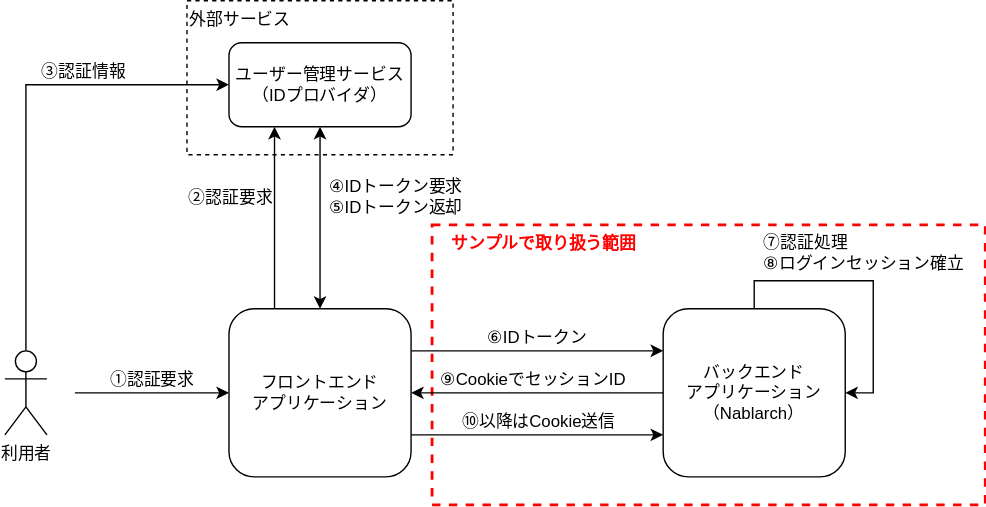
The draw.io diagram ja/examples/12/_images/nablarch-example-oidc-scope.drawio.svg in nablarch/nablarch-document, before a commit. Source tidied: cells renumbered, new cells last; positions are measured from the earlier drawing's top-left corner, leaving out a move shared by most shapes.
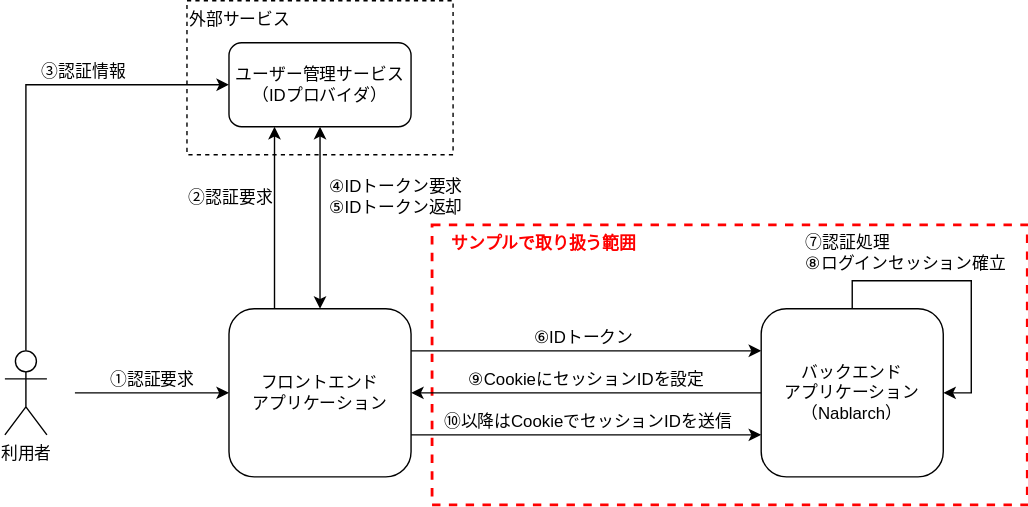
After the change.

Commit message:
IDトークン認証サンプルにある図の説明を修正

Change to the diagram source:
```diff
@@ -3,7 +3,7 @@
     <mxCell id="0" />
     <mxCell id="1" parent="0" />
     <mxCell id="2" value="&lt;b&gt;　サンプルで取り扱う範囲&lt;/b&gt;" style="rounded=0;whiteSpace=wrap;html=1;dashed=1;fillColor=none;verticalAlign=top;align=left;strokeWidth=2;strokeColor=#FF0000;fontColor=#FF0000;" parent="1" vertex="1">
-      <mxGeometry x="305" y="160" width="395" height="200" as="geometry" />
+      <mxGeometry x="305" y="160" width="425" height="200" as="geometry" />
     </mxCell>
     <mxCell id="3" value="外部サービス" style="rounded=0;whiteSpace=wrap;html=1;dashed=1;fillColor=none;align=left;verticalAlign=top;" parent="1" vertex="1">
       <mxGeometry x="130" width="190" height="110" as="geometry" />
@@ -38,7 +38,7 @@
     <mxCell id="11" style="edgeStyle=orthogonalEdgeStyle;rounded=0;jettySize=auto;html=1;exitX=1;exitY=0.75;exitDx=0;exitDy=0;entryX=0;entryY=0.75;entryDx=0;entryDy=0;startArrow=none;startFill=0;endArrow=classic;endFill=1;" parent="1" edge="1" source="14" target="17">
       <mxGeometry relative="1" as="geometry" />
     </mxCell>
-    <mxCell id="12" value="⑩以降はCookie送信" style="edgeLabel;html=1;align=center;verticalAlign=middle;fontSize=12;" parent="11" vertex="1">
+    <mxCell id="12" value="⑩以降はCookieでセッションIDを送信" style="edgeLabel;html=1;align=center;verticalAlign=middle;fontSize=12;" parent="11" vertex="1">
       <mxGeometry y="1" relative="1" as="geometry">
         <mxPoint y="-9" as="offset" />
       </mxGeometry>
@@ -52,13 +52,13 @@
     <mxCell id="15" style="edgeStyle=orthogonalEdgeStyle;rounded=0;jettySize=auto;html=1;exitX=0;exitY=0.5;exitDx=0;exitDy=0;entryX=1;entryY=0.5;entryDx=0;entryDy=0;startArrow=none;startFill=0;endArrow=classic;endFill=1;" parent="1" edge="1" source="17" target="14">
       <mxGeometry relative="1" as="geometry" />
     </mxCell>
-    <mxCell id="16" value="⑨CookieでセッションID" style="edgeLabel;html=1;align=center;verticalAlign=middle;fontSize=12;" parent="15" vertex="1">
+    <mxCell id="16" value="⑨CookieにセッションIDを設定" style="edgeLabel;html=1;align=center;verticalAlign=middle;fontSize=12;" parent="15" vertex="1">
       <mxGeometry x="0.39" y="1" relative="1" as="geometry">
-        <mxPoint x="31" y="-11" as="offset" />
+        <mxPoint x="47" y="-11" as="offset" />
       </mxGeometry>
     </mxCell>
     <mxCell id="17" value="バックエンド&lt;br&gt;アプリケーション&lt;br&gt;（Nablarch）" style="rounded=1;whiteSpace=wrap;html=1;" parent="1" vertex="1">
-      <mxGeometry x="470" y="220" width="130" height="120" as="geometry" />
+      <mxGeometry x="540" y="220" width="130" height="120" as="geometry" />
     </mxCell>
     <mxCell id="18" value="ユーザー管理サービス&lt;br&gt;（IDプロバイダ）" style="rounded=1;whiteSpace=wrap;html=1;" parent="1" vertex="1">
       <mxGeometry x="160" y="30" width="130" height="60" as="geometry" />
@@ -74,7 +74,9 @@
       </mxGeometry>
     </mxCell>
     <mxCell id="21" value="⑦認証処理&lt;br style=&quot;font-size: 12px;&quot;&gt;⑧ログインセッション確立" style="edgeStyle=orthogonalEdgeStyle;rounded=0;orthogonalLoop=1;jettySize=auto;html=1;exitX=0.5;exitY=0;exitDx=0;exitDy=0;entryX=1;entryY=0.5;entryDx=0;entryDy=0;startArrow=none;startFill=0;endArrow=classic;endFill=1;align=left;fontSize=12;" parent="1" edge="1" source="17" target="17">
-      <mxGeometry x="-0.76" y="20" relative="1" as="geometry" />
+      <mxGeometry x="-0.8" y="40" relative="1" as="geometry">
+        <mxPoint x="-35" y="20" as="offset" />
+      </mxGeometry>
     </mxCell>
   </root>
 </mxGraphModel>
```
